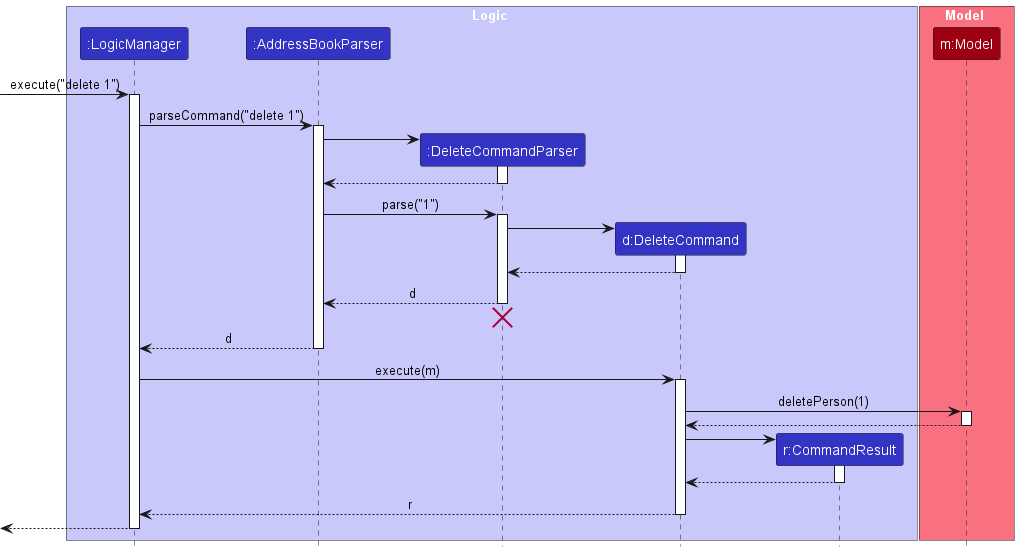
Earlier version of the PlantUML export docs/images/DeleteSequenceDiagram.png (nus-cs2103-AY2425S1/tp).
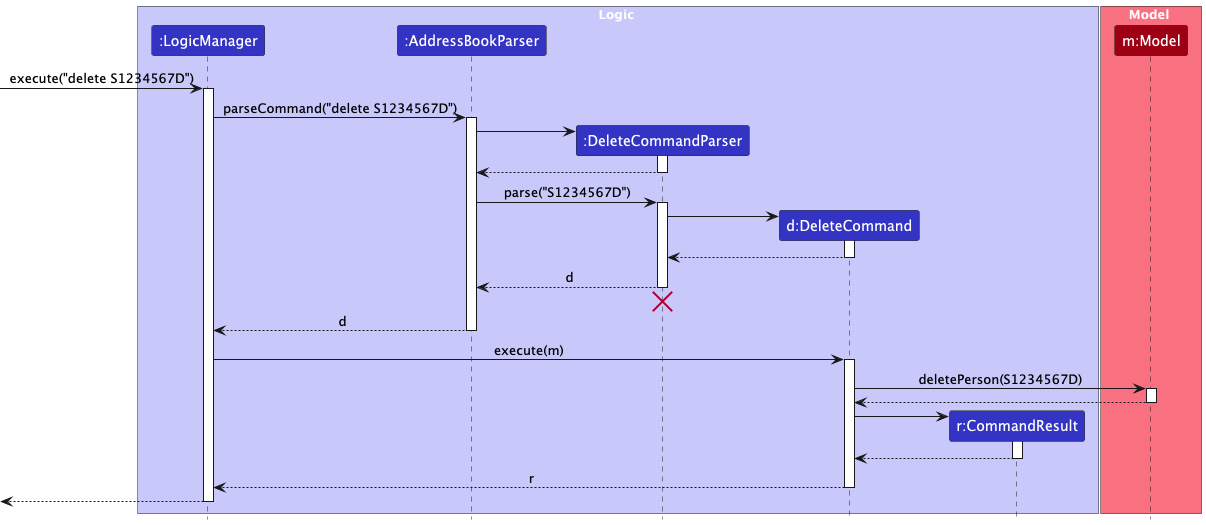
After the commit.

Commit message:
update delete 1 to use nric

The edit, as a diff of the source:
```diff
@@ -14,10 +14,10 @@
 participant "m:Model" as Model MODEL_COLOR
 end box
 
-[-> LogicManager : execute("delete 1")
+[-> LogicManager : execute("delete S1234567D")
 activate LogicManager
 
-LogicManager -> AddressBookParser : parseCommand("delete 1")
+LogicManager -> AddressBookParser : parseCommand("delete S1234567D")
 activate AddressBookParser
 
 create DeleteCommandParser
@@ -27,7 +27,7 @@
 DeleteCommandParser --> AddressBookParser
 deactivate DeleteCommandParser
 
-AddressBookParser -> DeleteCommandParser : parse("1")
+AddressBookParser -> DeleteCommandParser : parse("S1234567D")
 activate DeleteCommandParser
 
 create DeleteCommand
@@ -48,7 +48,7 @@
 LogicManager -> DeleteCommand : execute(m)
 activate DeleteCommand
 
-DeleteCommand -> Model : deletePerson(1)
+DeleteCommand -> Model : deletePerson(S1234567D)
 activate Model
 
 Model --> DeleteCommand
```
